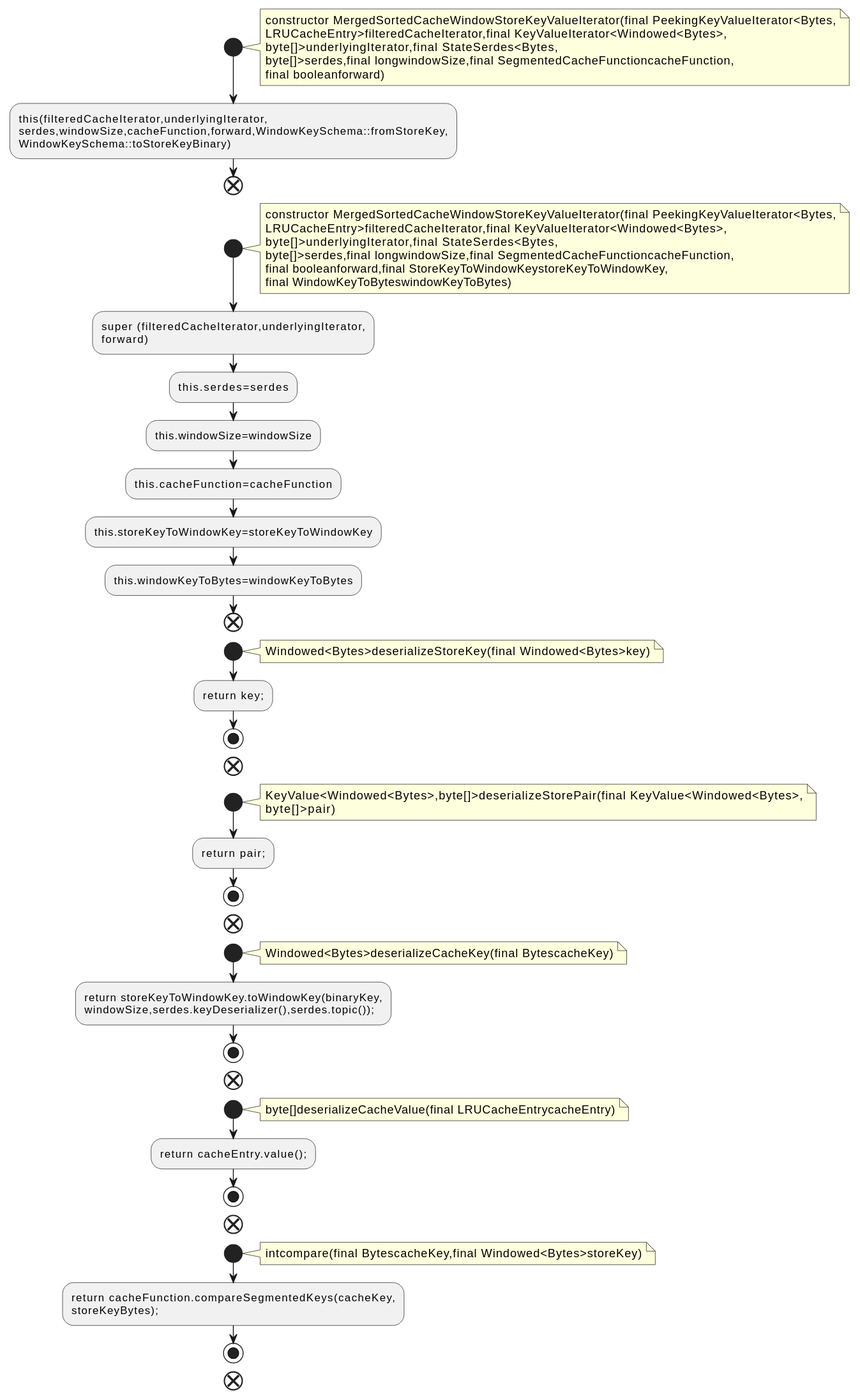
Earlier version of the PlantUML export docs/qc/streams/src/main/java/org/apache/kafka/streams/state/internals/MergedSortedCacheWindowStoreKeyValueIterator.java.fct.svg (qualitesys/kafka). The source it was exported from:
```plantuml
@startuml
!pragma layout smetana
start
note right
constructor MergedSortedCacheWindowStoreKeyValueIterator(final PeekingKeyValueIterator<Bytes,
LRUCacheEntry>filteredCacheIterator,final KeyValueIterator<Windowed<Bytes>,
byte[]>underlyingIterator,final StateSerdes<Bytes,
byte[]>serdes,final longwindowSize,final SegmentedCacheFunctioncacheFunction,
final booleanforward)
end note
:this(filteredCacheIterator,underlyingIterator,
serdes,windowSize,cacheFunction,forward,WindowKeySchema::fromStoreKey,
WindowKeySchema::toStoreKeyBinary);
end
start
note right
constructor MergedSortedCacheWindowStoreKeyValueIterator(final PeekingKeyValueIterator<Bytes,
LRUCacheEntry>filteredCacheIterator,final KeyValueIterator<Windowed<Bytes>,
byte[]>underlyingIterator,final StateSerdes<Bytes,
byte[]>serdes,final longwindowSize,final SegmentedCacheFunctioncacheFunction,
final booleanforward,final StoreKeyToWindowKeystoreKeyToWindowKey,
final WindowKeyToByteswindowKeyToBytes)
end note
:super (filteredCacheIterator,underlyingIterator,
forward);
:this.serdes=serdes;
:this.windowSize=windowSize;
:this.cacheFunction=cacheFunction;
:this.storeKeyToWindowKey=storeKeyToWindowKey;
:this.windowKeyToBytes=windowKeyToBytes;
end
start
note right
Windowed<Bytes>deserializeStoreKey(final Windowed<Bytes>key)
end note
:return key;;
stop
end
start
note right
KeyValue<Windowed<Bytes>,byte[]>deserializeStorePair(final KeyValue<Windowed<Bytes>,
byte[]>pair)
end note
:return pair;;
stop
end
start
note right
Windowed<Bytes>deserializeCacheKey(final BytescacheKey)
end note
:return storeKeyToWindowKey.toWindowKey(binaryKey,
windowSize,serdes.keyDeserializer(),serdes.topic());;
stop
end
start
note right
byte[]deserializeCacheValue(final LRUCacheEntrycacheEntry)
end note
:return cacheEntry.value();;
stop
end
start
note right
intcompare(final BytescacheKey,final Windowed<Bytes>storeKey)
end note
:return cacheFunction.compareSegmentedKeys(cacheKey,
storeKeyBytes);;
stop
end
@enduml
```
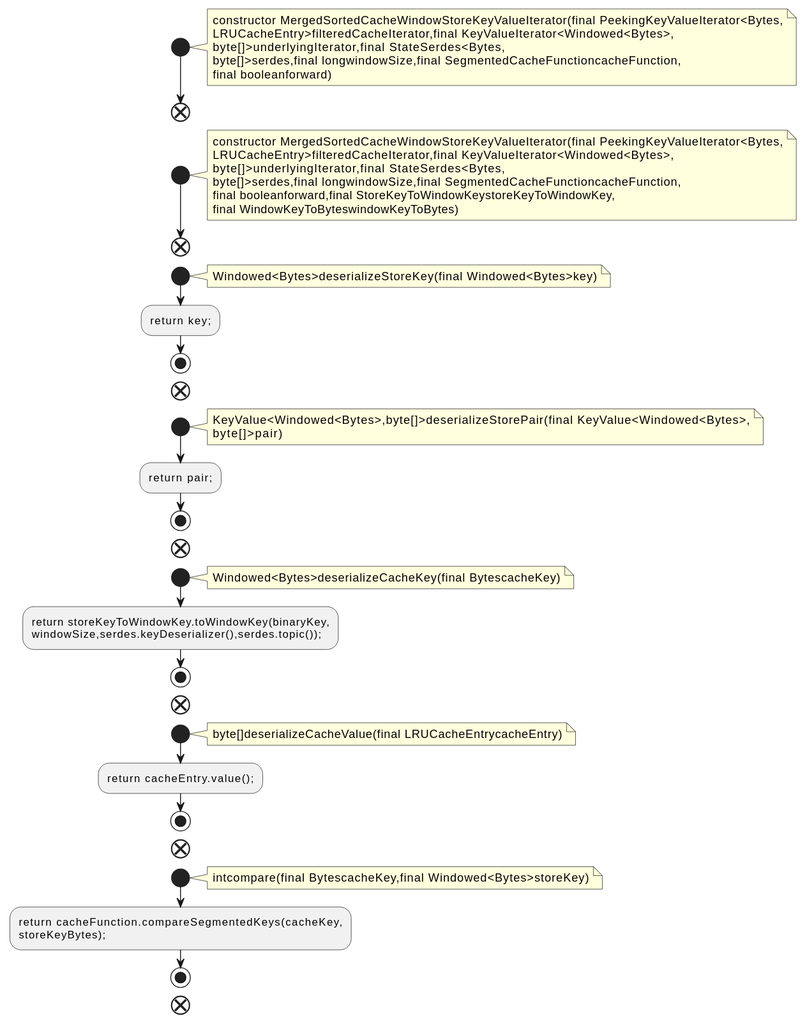
Above is the later version.

Diff of the diagram source:
```diff
@@ -8,9 +8,6 @@
 byte[]>serdes,final longwindowSize,final SegmentedCacheFunctioncacheFunction,
 final booleanforward)
 end note
-:this(filteredCacheIterator,underlyingIterator,
-serdes,windowSize,cacheFunction,forward,WindowKeySchema::fromStoreKey,
-WindowKeySchema::toStoreKeyBinary);
 end
 start
 note right
@@ -21,13 +18,6 @@
 final booleanforward,final StoreKeyToWindowKeystoreKeyToWindowKey,
 final WindowKeyToByteswindowKeyToBytes)
 end note
-:super (filteredCacheIterator,underlyingIterator,
-forward);
-:this.serdes=serdes;
-:this.windowSize=windowSize;
-:this.cacheFunction=cacheFunction;
-:this.storeKeyToWindowKey=storeKeyToWindowKey;
-:this.windowKeyToBytes=windowKeyToBytes;
 end
 start
 note right
```
